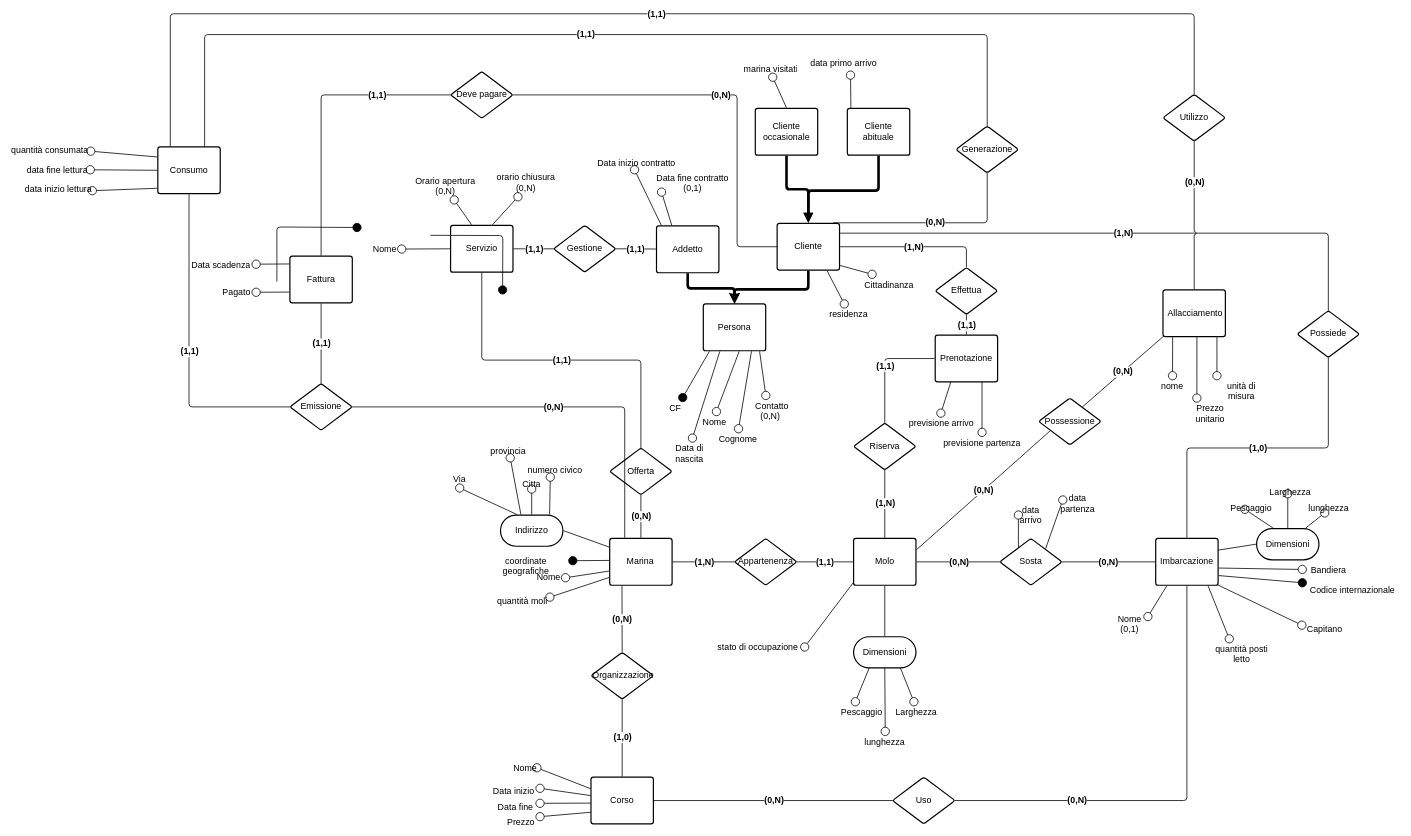
alessandro-massarenti/Progetto-basi-di-dati-2022 keeps this draw.io diagram as page "Concettuale" (1 of 3) of src_relazione_tex/Er.drawio. Above is the earlier version. Source tidied: cells renumbered, new cells numbered last; positions are measured from the earlier drawing's top-left corner, leaving out a move shared by most shapes. Both pictures are drawn from the tidied source at 52%, with x=0, y=0 at pixel (9, 14).
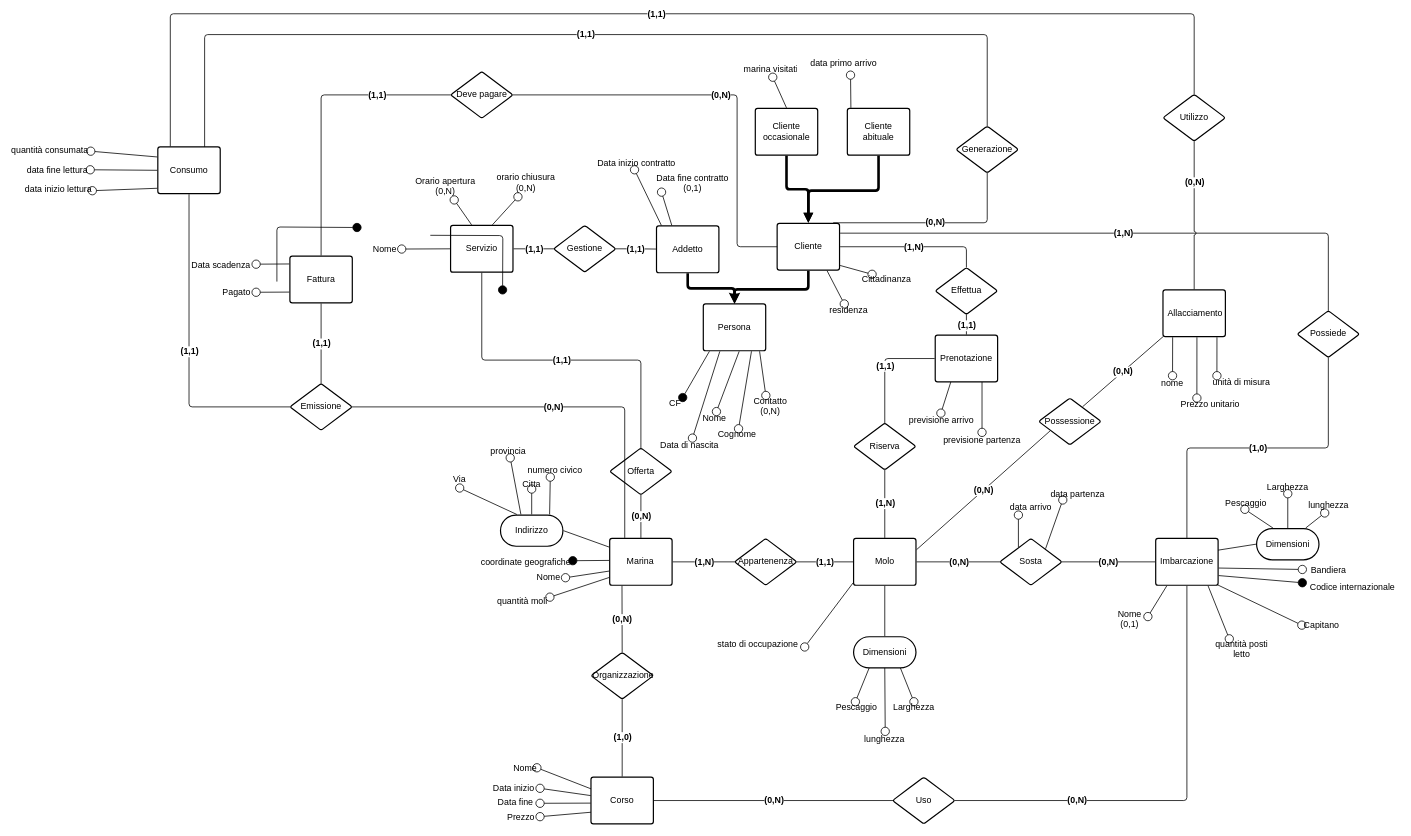
The same diagram, later.

Commit message:
Tolto lo spacing nei testi

Change to the diagram source:
```diff
@@
-    <mxCell id="4" value="Codice internazionale" style="html=1;overflow=block;blockSpacing=1;whiteSpace=wrap;fontSize=17;fontColor=#000000;spacing=10;fillColor=none;strokeWidth=1.5;strokeColor=none;verticalAlign=middle;" parent="1" vertex="1">
+    <mxCell id="4" value="Codice internazionale" style="html=1;overflow=block;blockSpacing=1;whiteSpace=wrap;fontSize=17;fontColor=#000000;spacing=0;fillColor=none;strokeWidth=1.5;strokeColor=none;verticalAlign=middle;" parent="1" vertex="1">
       <mxGeometry x="2487" y="1089" width="193" height="27" as="geometry" />
     </mxCell>
-    <mxCell id="5" value="previsione partenza" style="html=1;overflow=block;blockSpacing=1;whiteSpace=wrap;fontSize=17;fontColor=#000000;spacing=10;fillColor=none;strokeWidth=1.5;strokeColor=none;" parent="1" vertex="1">
+    <mxCell id="5" value="previsione partenza" style="html=1;overflow=block;blockSpacing=1;whiteSpace=wrap;fontSize=17;fontColor=#000000;spacing=0;fillColor=none;strokeWidth=1.5;strokeColor=none;" parent="1" vertex="1">
       <mxGeometry x="1781" y="805" width="180" height="30" as="geometry" />
     </mxCell>
@@
-    <mxCell id="7" value="Nome" style="html=1;overflow=block;blockSpacing=1;whiteSpace=wrap;fontSize=17;fontColor=#000000;spacing=10;fillColor=none;strokeWidth=1.5;strokeColor=none;" parent="1" vertex="1">
+    <mxCell id="7" value="Nome" style="html=1;overflow=block;blockSpacing=1;whiteSpace=wrap;fontSize=17;fontColor=#000000;spacing=0;fillColor=none;strokeWidth=1.5;strokeColor=none;" parent="1" vertex="1">
       <mxGeometry x="1005" y="1062" width="65" height="45" as="geometry" />
     </mxCell>
-    <mxCell id="8" value="Data fine" style="html=1;overflow=block;blockSpacing=1;whiteSpace=wrap;fontSize=17;fontColor=#000000;spacing=10;fillColor=none;strokeWidth=1.5;strokeColor=none;" parent="1" vertex="1">
+    <mxCell id="8" value="Data fine" style="html=1;overflow=block;blockSpacing=1;whiteSpace=wrap;fontSize=17;fontColor=#000000;spacing=0;fillColor=none;strokeWidth=1.5;strokeColor=none;" parent="1" vertex="1">
       <mxGeometry x="927" y="1505" width="94" height="26" as="geometry" />
     </mxCell>
@@
-    <mxCell id="10" value="Contatto&#10;(0,N)" style="html=1;overflow=block;blockSpacing=1;whiteSpace=wrap;fontSize=17;fontColor=#000000;spacing=10;fillColor=none;strokeWidth=1.5;strokeColor=none;" parent="1" vertex="1">
+    <mxCell id="10" value="Contatto&#10;(0,N)" style="html=1;overflow=block;blockSpacing=1;whiteSpace=wrap;fontSize=17;fontColor=#000000;spacing=0;fillColor=none;strokeWidth=1.5;strokeColor=none;" parent="1" vertex="1">
       <mxGeometry x="1425" y="734" width="78" height="25" as="geometry" />
     </mxCell>
-    <mxCell id="11" value="Capitano" style="html=1;overflow=block;blockSpacing=1;whiteSpace=wrap;fontSize=17;fontColor=#000000;spacing=10;fillColor=none;strokeWidth=1.5;strokeColor=none;" parent="1" vertex="1">
+    <mxCell id="11" value="Capitano" style="html=1;overflow=block;blockSpacing=1;whiteSpace=wrap;fontSize=17;fontColor=#000000;spacing=0;fillColor=none;strokeWidth=1.5;strokeColor=none;" parent="1" vertex="1">
       <mxGeometry x="2486" y="1163" width="76" height="27" as="geometry" />
     </mxCell>
-    <mxCell id="12" value="Prezzo" style="html=1;overflow=block;blockSpacing=1;whiteSpace=wrap;fontSize=17;fontColor=#000000;spacing=10;fillColor=none;strokeWidth=1.5;strokeColor=none;" parent="1" vertex="1">
+    <mxCell id="12" value="Prezzo" style="html=1;overflow=block;blockSpacing=1;whiteSpace=wrap;fontSize=17;fontColor=#000000;spacing=0;fillColor=none;strokeWidth=1.5;strokeColor=none;" parent="1" vertex="1">
       <mxGeometry x="948" y="1535" width="73" height="18" as="geometry" />
     </mxCell>
-    <mxCell id="13" value="Cognome" style="html=1;overflow=block;blockSpacing=1;whiteSpace=wrap;fontSize=17;fontColor=#000000;spacing=10;fillColor=none;strokeWidth=1.5;strokeColor=none;" parent="1" vertex="1">
+    <mxCell id="13" value="Cognome" style="html=1;overflow=block;blockSpacing=1;whiteSpace=wrap;fontSize=17;fontColor=#000000;spacing=0;fillColor=none;strokeWidth=1.5;strokeColor=none;" parent="1" vertex="1">
       <mxGeometry x="1355" y="798" width="90" height="22" as="geometry" />
     </mxCell>
-    <mxCell id="14" value="nome" style="html=1;overflow=block;blockSpacing=1;whiteSpace=wrap;fontSize=17;fontColor=#000000;spacing=10;fillColor=none;strokeWidth=1.5;strokeColor=none;" parent="1" vertex="1">
+    <mxCell id="14" value="nome" style="html=1;overflow=block;blockSpacing=1;whiteSpace=wrap;fontSize=17;fontColor=#000000;spacing=0;fillColor=none;strokeWidth=1.5;strokeColor=none;" parent="1" vertex="1">
       <mxGeometry x="2205" y="696" width="64" height="31" as="geometry" />
     </mxCell>
-    <mxCell id="15" value="data arrivo" style="html=1;overflow=block;blockSpacing=1;whiteSpace=wrap;fontSize=17;fontColor=#000000;spacing=10;fillColor=none;strokeWidth=1.5;strokeColor=none;" parent="1" vertex="1">
+    <mxCell id="15" value="data arrivo" style="html=1;overflow=block;blockSpacing=1;whiteSpace=wrap;fontSize=17;fontColor=#000000;spacing=0;fillColor=none;strokeWidth=1.5;strokeColor=none;" parent="1" vertex="1">
       <mxGeometry x="1920" y="934" width="90" height="30" as="geometry" />
     </mxCell>
-    <mxCell id="16" value="coordinate geografiche" style="html=1;overflow=block;blockSpacing=1;whiteSpace=wrap;fontSize=17;fontColor=#000000;spacing=10;fillColor=none;strokeWidth=1.5;strokeColor=none;" parent="1" vertex="1">
+    <mxCell id="16" value="coordinate geografiche" style="html=1;overflow=block;blockSpacing=1;whiteSpace=wrap;fontSize=17;fontColor=#000000;spacing=0;fillColor=none;strokeWidth=1.5;strokeColor=none;" parent="1" vertex="1">
       <mxGeometry x="904" y="1032" width="180" height="45" as="geometry" />
     </mxCell>
@@
-    <mxCell id="19" value="quantità posti letto" style="html=1;overflow=block;blockSpacing=1;whiteSpace=wrap;fontSize=17;fontColor=#000000;spacing=10;fillColor=none;strokeWidth=1.5;strokeColor=none;" parent="1" vertex="1">
+    <mxCell id="19" value="quantità posti letto" style="html=1;overflow=block;blockSpacing=1;whiteSpace=wrap;fontSize=17;fontColor=#000000;spacing=0;fillColor=none;strokeWidth=1.5;strokeColor=none;" parent="1" vertex="1">
       <mxGeometry x="2302" y="1202" width="137" height="22" as="geometry" />
     </mxCell>
-    <mxCell id="20" value="unità di misura" style="html=1;overflow=block;blockSpacing=1;whiteSpace=wrap;fontSize=17;fontColor=#000000;spacing=10;fillColor=none;strokeWidth=1.5;strokeColor=none;" parent="1" vertex="1">
+    <mxCell id="20" value="unità di misura" style="html=1;overflow=block;blockSpacing=1;whiteSpace=wrap;fontSize=17;fontColor=#000000;spacing=0;fillColor=none;strokeWidth=1.5;strokeColor=none;" parent="1" vertex="1">
       <mxGeometry x="2310" y="696" width="120" height="25" as="geometry" />
     </mxCell>
-    <mxCell id="21" value="CF" style="html=1;overflow=block;blockSpacing=1;whiteSpace=wrap;fontSize=17;fontColor=#000000;spacing=10;fillColor=none;strokeWidth=1.5;strokeColor=none;" parent="1" vertex="1">
+    <mxCell id="21" value="CF" style="html=1;overflow=block;blockSpacing=1;whiteSpace=wrap;fontSize=17;fontColor=#000000;spacing=0;fillColor=none;strokeWidth=1.5;strokeColor=none;" parent="1" vertex="1">
       <mxGeometry x="1260" y="738" width="42" height="22" as="geometry" />
     </mxCell>
-    <mxCell id="22" value="Prezzo unitario" style="html=1;overflow=block;blockSpacing=1;whiteSpace=wrap;fontSize=17;fontColor=#000000;spacing=10;fillColor=none;strokeWidth=1.5;strokeColor=none;" parent="1" vertex="1">
+    <mxCell id="22" value="Prezzo unitario" style="html=1;overflow=block;blockSpacing=1;whiteSpace=wrap;fontSize=17;fontColor=#000000;spacing=0;fillColor=none;strokeWidth=1.5;strokeColor=none;" parent="1" vertex="1">
       <mxGeometry x="2250" y="739" width="120" height="25" as="geometry" />
     </mxCell>
-    <mxCell id="23" value="previsione arrivo" style="html=1;overflow=block;blockSpacing=1;whiteSpace=wrap;fontSize=17;fontColor=#000000;spacing=10;fillColor=none;strokeWidth=1.5;strokeColor=none;" parent="1" vertex="1">
+    <mxCell id="23" value="previsione arrivo" style="html=1;overflow=block;blockSpacing=1;whiteSpace=wrap;fontSize=17;fontColor=#000000;spacing=0;fillColor=none;strokeWidth=1.5;strokeColor=none;" parent="1" vertex="1">
       <mxGeometry x="1703" y="768" width="180" height="30" as="geometry" />
     </mxCell>
-    <mxCell id="24" value="quantità moli" style="overflow=block;blockSpacing=1;fontSize=17;fontColor=#000000;spacing=10;fillColor=none;strokeWidth=1.5;strokeColor=none;" parent="1" vertex="1">
+    <mxCell id="24" value="quantità moli" style="overflow=block;blockSpacing=1;fontSize=17;fontColor=#000000;spacing=0;fillColor=none;strokeWidth=1.5;strokeColor=none;" parent="1" vertex="1">
       <mxGeometry x="934" y="1116" width="106" height="24" as="geometry" />
     </mxCell>
@@
-    <mxCell id="26" value="Bandiera" style="html=1;overflow=block;blockSpacing=1;whiteSpace=wrap;fontSize=17;fontColor=#000000;spacing=10;fillColor=none;strokeWidth=1.5;strokeColor=none;" parent="1" vertex="1">
+    <mxCell id="26" value="Bandiera" style="html=1;overflow=block;blockSpacing=1;whiteSpace=wrap;fontSize=17;fontColor=#000000;spacing=0;fillColor=none;strokeWidth=1.5;strokeColor=none;" parent="1" vertex="1">
       <mxGeometry x="2487" y="1050" width="101" height="39" as="geometry" />
     </mxCell>
@@
-    <mxCell id="28" value="stato di occupazione" style="html=1;overflow=block;blockSpacing=1;whiteSpace=wrap;fontSize=17;fontColor=#000000;spacing=10;fillColor=none;strokeWidth=1.5;strokeColor=none;" parent="1" vertex="1">
+    <mxCell id="28" value="stato di occupazione" style="html=1;overflow=block;blockSpacing=1;whiteSpace=wrap;fontSize=17;fontColor=#000000;spacing=0;fillColor=none;strokeWidth=1.5;strokeColor=none;" parent="1" vertex="1">
       <mxGeometry x="1350" y="1198" width="180" height="30" as="geometry" />
     </mxCell>
-    <mxCell id="29" value="Data inizio" style="html=1;overflow=block;blockSpacing=1;whiteSpace=wrap;fontSize=17;fontColor=#000000;spacing=10;fillColor=none;strokeWidth=1.5;strokeColor=none;" parent="1" vertex="1">
+    <mxCell id="29" value="Data inizio" style="html=1;overflow=block;blockSpacing=1;whiteSpace=wrap;fontSize=17;fontColor=#000000;spacing=0;fillColor=none;strokeWidth=1.5;strokeColor=none;" parent="1" vertex="1">
       <mxGeometry x="920" y="1475" width="101" height="29" as="geometry" />
     </mxCell>
@@
-    <mxCell id="33" value="Nome" style="html=1;overflow=block;blockSpacing=1;whiteSpace=wrap;fontSize=17;fontColor=#000000;spacing=10;fillColor=none;strokeWidth=1.5;strokeColor=none;" parent="1" vertex="1">
+    <mxCell id="33" value="Nome" style="html=1;overflow=block;blockSpacing=1;whiteSpace=wrap;fontSize=17;fontColor=#000000;spacing=0;fillColor=none;strokeWidth=1.5;strokeColor=none;" parent="1" vertex="1">
       <mxGeometry x="1324" y="765" width="65" height="27" as="geometry" />
     </mxCell>
-    <mxCell id="34" value="Nome&#10;(0,1)" style="html=1;overflow=block;blockSpacing=1;whiteSpace=wrap;fontSize=17;fontColor=#000000;spacing=10;fillColor=none;strokeWidth=1.5;strokeColor=none;" parent="1" vertex="1">
+    <mxCell id="34" value="Nome&#10;(0,1)" style="html=1;overflow=block;blockSpacing=1;whiteSpace=wrap;fontSize=17;fontColor=#000000;spacing=0;fillColor=none;strokeWidth=1.5;strokeColor=none;" parent="1" vertex="1">
       <mxGeometry x="2120" y="1144" width="70" height="40" as="geometry" />
     </mxCell>
-    <mxCell id="35" value="Data di nascita" style="html=1;overflow=block;blockSpacing=1;whiteSpace=wrap;fontSize=17;fontColor=#000000;spacing=10;fillColor=none;strokeWidth=1.5;strokeColor=none;" parent="1" vertex="1">
+    <mxCell id="35" value="Data di nascita" style="html=1;overflow=block;blockSpacing=1;whiteSpace=wrap;fontSize=17;fontColor=#000000;spacing=0;fillColor=none;strokeWidth=1.5;strokeColor=none;" parent="1" vertex="1">
       <mxGeometry x="1247" y="816" width="123" height="30" as="geometry" />
     </mxCell>
-    <mxCell id="36" value="data partenza" style="html=1;overflow=block;blockSpacing=1;whiteSpace=wrap;fontSize=17;fontColor=#000000;spacing=10;fillColor=none;strokeWidth=1.5;strokeColor=none;" parent="1" vertex="1">
+    <mxCell id="36" value="data partenza" style="html=1;overflow=block;blockSpacing=1;whiteSpace=wrap;fontSize=17;fontColor=#000000;spacing=0;fillColor=none;strokeWidth=1.5;strokeColor=none;" parent="1" vertex="1">
       <mxGeometry x="1995" y="912" width="120" height="23" as="geometry" />
     </mxCell>
@@
-    <mxCell id="38" value="Cittadinanza" style="html=1;overflow=block;blockSpacing=1;whiteSpace=wrap;fontSize=17;fontColor=#000000;spacing=10;fillColor=none;strokeWidth=1.5;strokeColor=none;" parent="1" vertex="1">
+    <mxCell id="38" value="Cittadinanza" style="html=1;overflow=block;blockSpacing=1;whiteSpace=wrap;fontSize=17;fontColor=#000000;spacing=0;fillColor=none;strokeWidth=1.5;strokeColor=none;" parent="1" vertex="1">
       <mxGeometry x="1635" y="501" width="105" height="21" as="geometry" />
     </mxCell>
-    <mxCell id="39" value="residenza" style="html=1;overflow=block;blockSpacing=1;whiteSpace=wrap;fontSize=17;fontColor=#000000;spacing=10;fillColor=none;strokeWidth=1.5;strokeColor=none;" parent="1" vertex="1">
+    <mxCell id="39" value="residenza" style="html=1;overflow=block;blockSpacing=1;whiteSpace=wrap;fontSize=17;fontColor=#000000;spacing=0;fillColor=none;strokeWidth=1.5;strokeColor=none;" parent="1" vertex="1">
       <mxGeometry x="1564" y="558" width="101" height="26" as="geometry" />
     </mxCell>
-    <mxCell id="40" value="lunghezza" style="html=1;overflow=block;blockSpacing=1;whiteSpace=wrap;fontSize=17;fontColor=#000000;spacing=10;fillColor=none;strokeWidth=1.5;strokeColor=none;" parent="1" vertex="1">
+    <mxCell id="40" value="lunghezza" style="html=1;overflow=block;blockSpacing=1;whiteSpace=wrap;fontSize=17;fontColor=#000000;spacing=0;fillColor=none;strokeWidth=1.5;strokeColor=none;" parent="1" vertex="1">
       <mxGeometry x="1635" y="1380" width="97" height="29" as="geometry" />
     </mxCell>
@@
-    <mxCell id="56" value="Pescaggio" style="html=1;overflow=block;blockSpacing=1;whiteSpace=wrap;fontSize=17;fontColor=#000000;spacing=10;strokeOpacity=0;fillOpacity=0;rounded=1;absoluteArcSize=1;arcSize=9;fillColor=none;strokeWidth=2.3;" parent="1" vertex="1">
+    <mxCell id="56" value="Pescaggio" style="html=1;overflow=block;blockSpacing=1;whiteSpace=wrap;fontSize=17;fontColor=#000000;spacing=0;strokeOpacity=0;fillOpacity=0;rounded=1;absoluteArcSize=1;arcSize=9;fillColor=none;strokeWidth=2.3;" parent="1" vertex="1">
       <mxGeometry x="1590" y="1323" width="75" height="23" as="geometry" />
     </mxCell>
-    <mxCell id="57" value="Larghezza" style="html=1;overflow=block;blockSpacing=1;whiteSpace=wrap;fontSize=17;fontColor=#000000;spacing=10;strokeOpacity=0;fillOpacity=0;rounded=1;absoluteArcSize=1;arcSize=9;fillColor=none;strokeWidth=2.3;" parent="1" vertex="1">
+    <mxCell id="57" value="Larghezza" style="html=1;overflow=block;blockSpacing=1;whiteSpace=wrap;fontSize=17;fontColor=#000000;spacing=0;strokeOpacity=0;fillOpacity=0;rounded=1;absoluteArcSize=1;arcSize=9;fillColor=none;strokeWidth=2.3;" parent="1" vertex="1">
       <mxGeometry x="1695" y="1323" width="90" height="23" as="geometry" />
     </mxCell>
@@
-    <mxCell id="72" value="lunghezza" style="html=1;overflow=block;blockSpacing=1;whiteSpace=wrap;fontSize=17;fontColor=#000000;spacing=10;fillColor=none;strokeWidth=1.5;strokeColor=none;" parent="1" vertex="1">
+    <mxCell id="72" value="lunghezza" style="html=1;overflow=block;blockSpacing=1;whiteSpace=wrap;fontSize=17;fontColor=#000000;spacing=0;fillColor=none;strokeWidth=1.5;strokeColor=none;" parent="1" vertex="1">
       <mxGeometry x="2489" y="931" width="97" height="29" as="geometry" />
     </mxCell>
@@
-    <mxCell id="75" value="Pescaggio" style="html=1;overflow=block;blockSpacing=1;whiteSpace=wrap;fontSize=17;fontColor=#000000;spacing=10;strokeOpacity=0;fillOpacity=0;rounded=1;absoluteArcSize=1;arcSize=9;fillColor=none;strokeWidth=2.3;" parent="1" vertex="1">
+    <mxCell id="75" value="Pescaggio" style="html=1;overflow=block;blockSpacing=1;whiteSpace=wrap;fontSize=17;fontColor=#000000;spacing=0;strokeOpacity=0;fillOpacity=0;rounded=1;absoluteArcSize=1;arcSize=9;fillColor=none;strokeWidth=2.3;" parent="1" vertex="1">
       <mxGeometry x="2339" y="930" width="75" height="23" as="geometry" />
     </mxCell>
-    <mxCell id="76" value="Larghezza" style="html=1;overflow=block;blockSpacing=1;whiteSpace=wrap;fontSize=17;fontColor=#000000;spacing=10;strokeOpacity=0;fillOpacity=0;rounded=1;absoluteArcSize=1;arcSize=9;fillColor=none;strokeWidth=2.3;" parent="1" vertex="1">
+    <mxCell id="76" value="Larghezza" style="html=1;overflow=block;blockSpacing=1;whiteSpace=wrap;fontSize=17;fontColor=#000000;spacing=0;strokeOpacity=0;fillOpacity=0;rounded=1;absoluteArcSize=1;arcSize=9;fillColor=none;strokeWidth=2.3;" parent="1" vertex="1">
       <mxGeometry x="2414" y="900" width="90" height="23" as="geometry" />
     </mxCell>
```
